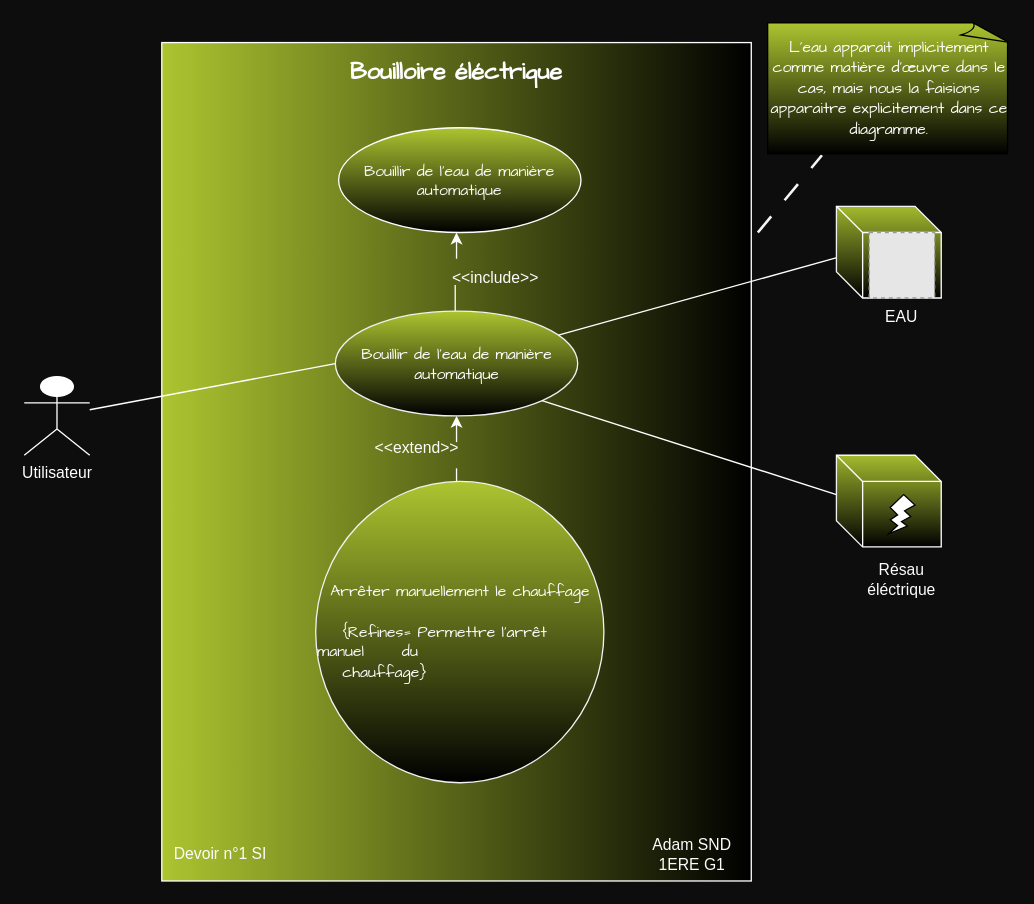
Before: Diagramme sans nom.drawio in admsnd/Classeur_SI-, a draw.io diagram. Source tidied: cells renumbered, new cells numbered last; positions are measured from the earlier drawing's top-left corner, leaving out a move shared by most shapes. Both pictures are drawn from the tidied source at 131%, with x=0, y=0 at pixel (24, 22). Pictures stored in the file or linked from it are replaced by grey dashed boxes.
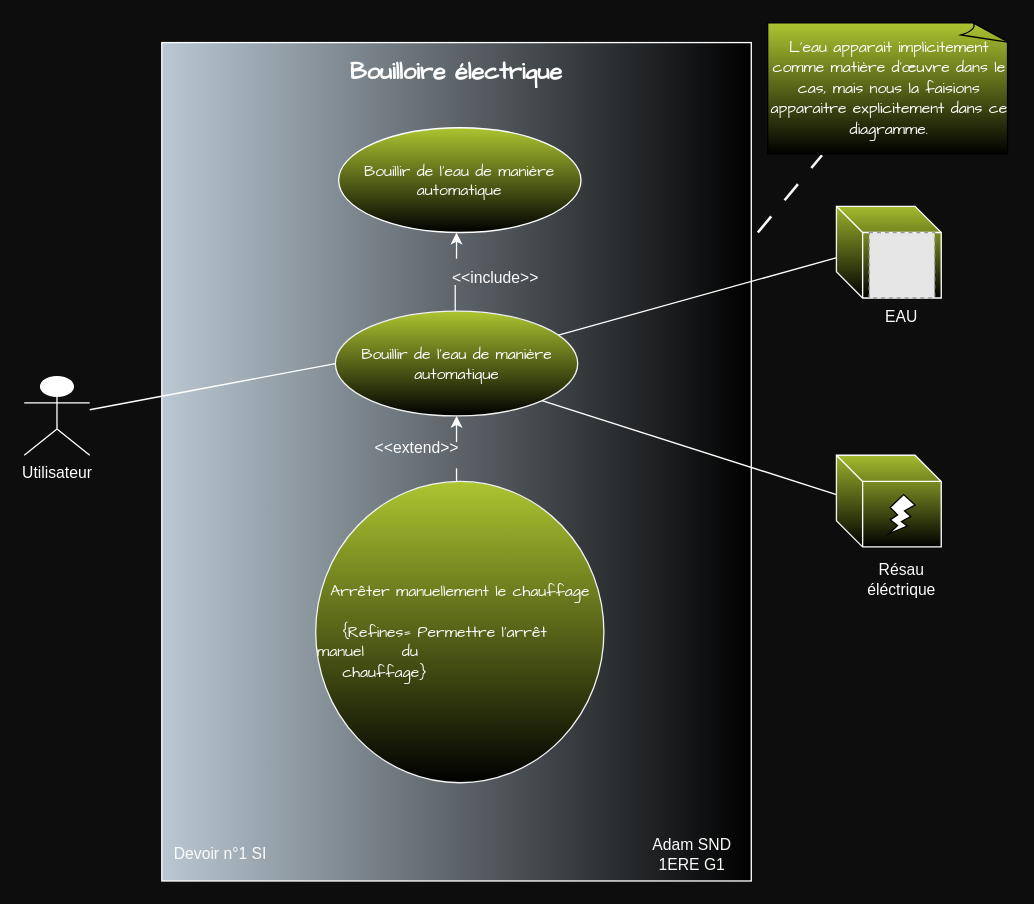
The same page after the edit.

Commit message:
Bouilloire électrique

Change to the diagram source:
```diff
@@
-    <mxCell id="3" style="rounded=0;whiteSpace=wrap;html=1;rotation=-90;fillColor=#ACC530;strokeColor=#FFFFFF;gradientColor=#000000;" parent="1" vertex="1">
+    <mxCell id="3" style="rounded=0;whiteSpace=wrap;html=1;rotation=-90;fillColor=#bac8d3;strokeColor=#FFFFFF;gradientColor=default;" parent="1" vertex="1">
       <mxGeometry x="10" y="110" width="640" height="450" as="geometry" />
     </mxCell>
-    <mxCell id="4" value="&lt;h1&gt;&lt;font color=&quot;#ffffff&quot; face=&quot;Comic Sans MS&quot; style=&quot;font-size: 18px;&quot;&gt;Bouilloire éléctrique&lt;/font&gt;&lt;/h1&gt;" style="text;html=1;align=center;verticalAlign=middle;whiteSpace=wrap;rounded=0;" parent="1" vertex="1">
+    <mxCell id="4" value="&lt;h1&gt;&lt;font color=&quot;#ffffff&quot; face=&quot;Comic Sans MS&quot; style=&quot;font-size: 18px;&quot;&gt;Bouilloire électrique&lt;/font&gt;&lt;/h1&gt;" style="text;html=1;align=center;verticalAlign=middle;whiteSpace=wrap;rounded=0;" parent="1" vertex="1">
       <mxGeometry x="130" y="20" width="400" height="30" as="geometry" />
     </mxCell>
```
